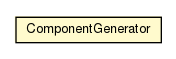
Earlier version of the Graphviz export javadocs/main/org/androidtransfuse/gen/ComponentGenerator.png (johncarl81/transfuse). Its source is kept beside it as javadocs/main/org/androidtransfuse/gen/ComponentGenerator.dot.
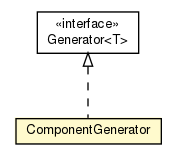
The same diagram one commit later.

Change to the diagram source:
```diff
@@ -4,9 +4,16 @@
 	node [fontname="Helvetica",fontsize=10,shape=plaintext];
 	nodesep=0.25;
 	ranksep=0.5;
-	c50850 [label=<<table title="org.androidtransfuse.gen.ComponentGenerator" border="0" cellborder="1" cellspacing="0" cellpadding="2" port="p" bgcolor="lemonChiffon" href="./ComponentGenerator.html">
+	c61182 [label=<<table title="org.androidtransfuse.gen.ComponentGenerator" border="0" cellborder="1" cellspacing="0" cellpadding="2" port="p" bgcolor="lemonChiffon" href="./ComponentGenerator.html">
 		<tr><td><table border="0" cellspacing="0" cellpadding="1">
 <tr><td align="center" balign="center"> ComponentGenerator </td></tr>
 		</table></td></tr>
 		</table>>, fontname="Helvetica", fontcolor="black", fontsize=10.0];
+	c61188 [label=<<table title="org.androidtransfuse.gen.Generator" border="0" cellborder="1" cellspacing="0" cellpadding="2" port="p" href="./Generator.html">
+		<tr><td><table border="0" cellspacing="0" cellpadding="1">
+<tr><td align="center" balign="center"> &#171;interface&#187; </td></tr>
+<tr><td align="center" balign="center"> Generator&lt;T&gt; </td></tr>
+		</table></td></tr>
+		</table>>, fontname="Helvetica", fontcolor="black", fontsize=10.0];
+	c61188:p -> c61182:p [dir=back,arrowtail=empty,style=dashed];
 }
```
